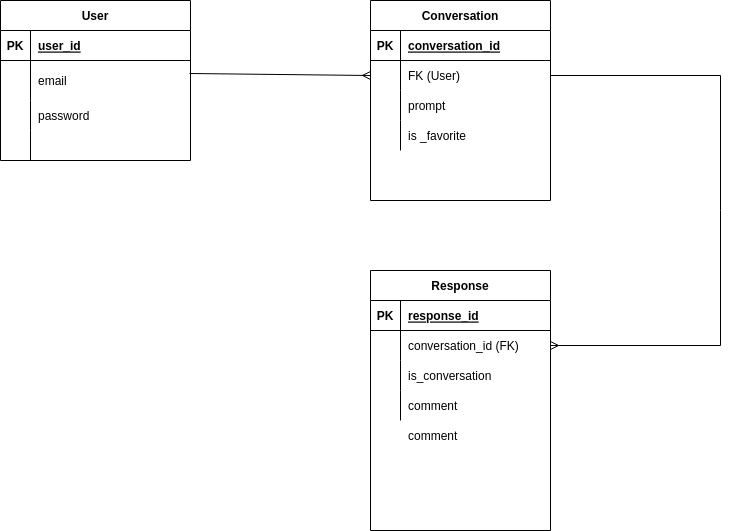
Before: project2-wireframe.png, a diagram exported from draw.io (EGORDYU/project-2). Source tidied: cells renumbered, new cells last; positions are measured from the earlier drawing's top-left corner, leaving out a move shared by most shapes. Its diagram source:
```xml
<mxGraphModel>
  <root>
    <mxCell id="0" />
    <mxCell id="1" parent="0" />
    <mxCell id="2" value="User" style="shape=table;startSize=30;rowLines=0;fontStyle=1;align=center;" parent="1" vertex="1">
      <mxGeometry width="190" height="160" as="geometry" />
    </mxCell>
    <mxCell id="3" style="shape=tableRow;horizontal=0;startSize=0;swimlaneHead=0;swimlaneBody=0;fillColor=none;top=0;left=0;right=0;bottom=1;" parent="2" vertex="1">
      <mxGeometry y="30" width="190" height="30" as="geometry" />
    </mxCell>
    <mxCell id="4" value="PK" style="shape=partialRectangle;fillColor=none;top=0;left=0;bottom=0;right=0;fontStyle=1;overflow=hidden;" parent="3" vertex="1">
      <mxGeometry width="30" height="30" as="geometry" />
    </mxCell>
    <mxCell id="5" value="user_id" style="shape=partialRectangle;fillColor=none;top=0;left=0;bottom=0;right=0;align=left;spacingLeft=6;fontStyle=5;overflow=hidden;" parent="3" vertex="1">
      <mxGeometry x="30" width="160" height="30" as="geometry" />
    </mxCell>
    <mxCell id="6" style="shape=tableRow;horizontal=0;startSize=0;swimlaneHead=0;swimlaneBody=0;fillColor=none;points=[[0,0.5],[1,0.5]];portConstraint=eastwest;top=0;left=0;right=0;bottom=0;" parent="2" vertex="1">
      <mxGeometry y="60" width="190" height="40" as="geometry" />
    </mxCell>
    <mxCell id="7" style="shape=partialRectangle;fillColor=none;top=0;left=0;bottom=0;right=0;overflow=hidden;" parent="6" vertex="1">
      <mxGeometry width="30" height="40" as="geometry" />
    </mxCell>
    <mxCell id="8" value="email" style="shape=partialRectangle;fillColor=none;top=0;left=0;bottom=0;right=0;align=left;spacingLeft=6;overflow=hidden;" parent="6" vertex="1">
      <mxGeometry x="30" width="160" height="40" as="geometry" />
    </mxCell>
    <mxCell id="9" style="shape=tableRow;horizontal=0;startSize=0;swimlaneHead=0;swimlaneBody=0;fillColor=none;top=0;left=0;right=0;bottom=0;" parent="2" vertex="1">
      <mxGeometry y="100" width="190" height="30" as="geometry" />
    </mxCell>
    <mxCell id="10" style="shape=partialRectangle;fillColor=none;top=0;left=0;bottom=0;right=0;overflow=hidden;" parent="9" vertex="1">
      <mxGeometry width="30" height="30" as="geometry" />
    </mxCell>
    <mxCell id="11" value="password" style="shape=partialRectangle;fillColor=none;top=0;left=0;bottom=0;right=0;align=left;spacingLeft=6;overflow=hidden;" parent="9" vertex="1">
      <mxGeometry x="30" width="160" height="30" as="geometry" />
    </mxCell>
    <mxCell id="12" style="shape=tableRow;horizontal=0;startSize=0;swimlaneHead=0;swimlaneBody=0;fillColor=none;top=0;left=0;right=0;bottom=0;" parent="2" vertex="1">
      <mxGeometry y="130" width="190" height="30" as="geometry" />
    </mxCell>
    <mxCell id="13" style="shape=partialRectangle;fillColor=none;top=0;left=0;bottom=0;right=0;overflow=hidden;" parent="12" vertex="1">
      <mxGeometry width="30" height="30" as="geometry" />
    </mxCell>
    <mxCell id="14" style="shape=partialRectangle;fillColor=none;top=0;left=0;bottom=0;right=0;align=left;spacingLeft=6;overflow=hidden;" parent="12" vertex="1">
      <mxGeometry x="30" width="160" height="30" as="geometry" />
    </mxCell>
    <mxCell id="15" value="Conversation" style="shape=table;startSize=30;rowLines=0;fontStyle=1;align=center;" parent="1" vertex="1">
      <mxGeometry x="370" width="180" height="200" as="geometry" />
    </mxCell>
    <mxCell id="16" style="shape=tableRow;horizontal=0;startSize=0;swimlaneHead=0;swimlaneBody=0;fillColor=none;top=0;left=0;right=0;bottom=1;" parent="15" vertex="1">
      <mxGeometry y="30" width="180" height="30" as="geometry" />
    </mxCell>
    <mxCell id="17" value="PK" style="shape=partialRectangle;fillColor=none;top=0;left=0;bottom=0;right=0;fontStyle=1;overflow=hidden;" parent="16" vertex="1">
      <mxGeometry width="30" height="30" as="geometry" />
    </mxCell>
    <mxCell id="18" value="conversation_id" style="shape=partialRectangle;fillColor=none;top=0;left=0;bottom=0;right=0;align=left;spacingLeft=6;fontStyle=5;overflow=hidden;" parent="16" vertex="1">
      <mxGeometry x="30" width="150" height="30" as="geometry" />
    </mxCell>
    <mxCell id="19" style="shape=tableRow;horizontal=0;startSize=0;swimlaneHead=0;swimlaneBody=0;fillColor=none;points=[[0,0.5],[1,0.5]];portConstraint=eastwest;top=0;left=0;right=0;bottom=0;" parent="15" vertex="1">
      <mxGeometry y="60" width="180" height="30" as="geometry" />
    </mxCell>
    <mxCell id="20" style="shape=partialRectangle;fillColor=none;top=0;left=0;bottom=0;right=0;overflow=hidden;" parent="19" vertex="1">
      <mxGeometry width="30" height="30" as="geometry" />
    </mxCell>
    <mxCell id="21" value="FK (User)" style="shape=partialRectangle;fillColor=none;top=0;left=0;bottom=0;right=0;align=left;spacingLeft=6;overflow=hidden;" parent="19" vertex="1">
      <mxGeometry x="30" width="150" height="30" as="geometry" />
    </mxCell>
    <mxCell id="22" style="shape=tableRow;horizontal=0;startSize=0;swimlaneHead=0;swimlaneBody=0;fillColor=none;top=0;left=0;right=0;bottom=0;" parent="15" vertex="1">
      <mxGeometry y="90" width="180" height="30" as="geometry" />
    </mxCell>
    <mxCell id="23" style="shape=partialRectangle;fillColor=none;top=0;left=0;bottom=0;right=0;overflow=hidden;" parent="22" vertex="1">
      <mxGeometry width="30" height="30" as="geometry" />
    </mxCell>
    <mxCell id="24" value="prompt" style="shape=partialRectangle;fillColor=none;top=0;left=0;bottom=0;right=0;align=left;spacingLeft=6;overflow=hidden;" parent="22" vertex="1">
      <mxGeometry x="30" width="150" height="30" as="geometry" />
    </mxCell>
    <mxCell id="25" style="shape=tableRow;horizontal=0;startSize=0;swimlaneHead=0;swimlaneBody=0;fillColor=none;top=0;left=0;right=0;bottom=0;" parent="15" vertex="1">
      <mxGeometry y="120" width="180" height="30" as="geometry" />
    </mxCell>
    <mxCell id="26" style="shape=partialRectangle;fillColor=none;top=0;left=0;bottom=0;right=0;overflow=hidden;" parent="25" vertex="1">
      <mxGeometry width="30" height="30" as="geometry" />
    </mxCell>
    <mxCell id="27" value="is _favorite" style="shape=partialRectangle;fillColor=none;top=0;left=0;bottom=0;right=0;align=left;spacingLeft=6;overflow=hidden;" parent="25" vertex="1">
      <mxGeometry x="30" width="150" height="30" as="geometry" />
    </mxCell>
    <mxCell id="28" value="Response" style="shape=table;startSize=30;rowLines=0;fontStyle=1;align=center;" parent="1" vertex="1">
      <mxGeometry x="370" y="270" width="180" height="260" as="geometry" />
    </mxCell>
    <mxCell id="29" style="shape=tableRow;horizontal=0;startSize=0;swimlaneHead=0;swimlaneBody=0;fillColor=none;top=0;left=0;right=0;bottom=1;" parent="28" vertex="1">
      <mxGeometry y="30" width="180" height="30" as="geometry" />
    </mxCell>
    <mxCell id="30" value="PK" style="shape=partialRectangle;fillColor=none;top=0;left=0;bottom=0;right=0;fontStyle=1;overflow=hidden;" parent="29" vertex="1">
      <mxGeometry width="30" height="30" as="geometry" />
    </mxCell>
    <mxCell id="31" value="response_id" style="shape=partialRectangle;fillColor=none;top=0;left=0;bottom=0;right=0;align=left;spacingLeft=6;fontStyle=5;overflow=hidden;" parent="29" vertex="1">
      <mxGeometry x="30" width="150" height="30" as="geometry" />
    </mxCell>
    <mxCell id="32" style="shape=tableRow;horizontal=0;startSize=0;swimlaneHead=0;swimlaneBody=0;fillColor=none;points=[[0,0.5],[1,0.5]];portConstraint=eastwest;top=0;left=0;right=0;bottom=0;" parent="28" vertex="1">
      <mxGeometry y="60" width="180" height="30" as="geometry" />
    </mxCell>
    <mxCell id="33" style="shape=partialRectangle;fillColor=none;top=0;left=0;bottom=0;right=0;overflow=hidden;" parent="32" vertex="1">
      <mxGeometry width="30" height="30" as="geometry" />
    </mxCell>
    <mxCell id="34" value="conversation_id (FK)" style="shape=partialRectangle;fillColor=none;top=0;left=0;bottom=0;right=0;align=left;spacingLeft=6;overflow=hidden;" parent="32" vertex="1">
      <mxGeometry x="30" width="150" height="30" as="geometry" />
    </mxCell>
    <mxCell id="35" style="shape=tableRow;horizontal=0;startSize=0;swimlaneHead=0;swimlaneBody=0;fillColor=none;top=0;left=0;right=0;bottom=0;" parent="28" vertex="1">
      <mxGeometry y="90" width="180" height="30" as="geometry" />
    </mxCell>
    <mxCell id="36" style="shape=partialRectangle;fillColor=none;top=0;left=0;bottom=0;right=0;overflow=hidden;" parent="35" vertex="1">
      <mxGeometry width="30" height="30" as="geometry" />
    </mxCell>
    <mxCell id="37" value="is_conversation" style="shape=partialRectangle;fillColor=none;top=0;left=0;bottom=0;right=0;align=left;spacingLeft=6;overflow=hidden;" parent="35" vertex="1">
      <mxGeometry x="30" width="150" height="30" as="geometry" />
    </mxCell>
    <mxCell id="38" style="shape=tableRow;horizontal=0;startSize=0;swimlaneHead=0;swimlaneBody=0;fillColor=none;top=0;left=0;right=0;bottom=0;" parent="28" vertex="1">
      <mxGeometry y="120" width="180" height="30" as="geometry" />
    </mxCell>
    <mxCell id="39" style="shape=partialRectangle;fillColor=none;top=0;left=0;bottom=0;right=0;overflow=hidden;" parent="38" vertex="1">
      <mxGeometry width="30" height="30" as="geometry" />
    </mxCell>
    <mxCell id="40" value="comment" style="shape=partialRectangle;fillColor=none;top=0;left=0;bottom=0;right=0;align=left;spacingLeft=6;overflow=hidden;" parent="38" vertex="1">
      <mxGeometry x="30" width="150" height="30" as="geometry" />
    </mxCell>
    <mxCell id="41" style="endArrow=ERmany;html=1;rounded=0;exitX=0.995;exitY=0.325;exitDx=0;exitDy=0;entryX=0;entryY=0.5;entryDx=0;entryDy=0;exitPerimeter=0;endFill=0;" parent="1" edge="1" source="6" target="19">
      <mxGeometry relative="1" as="geometry" />
    </mxCell>
    <mxCell id="42" style="endArrow=none;html=1;rounded=0;strokeColor=default;exitX=1;exitY=0.5;exitDx=0;exitDy=0;entryX=1;entryY=0.5;entryDx=0;entryDy=0;endFill=0;startArrow=ERmany;startFill=0;" parent="1" edge="1" source="32" target="19">
      <mxGeometry relative="1" as="geometry">
        <Array as="points">
          <mxPoint x="720" y="345" />
          <mxPoint x="720" y="210" />
          <mxPoint x="720" y="75" />
        </Array>
      </mxGeometry>
    </mxCell>
    <mxCell id="43" value="comment" style="shape=partialRectangle;fillColor=none;top=0;left=0;bottom=0;right=0;align=left;spacingLeft=6;overflow=hidden;" parent="1" vertex="1">
      <mxGeometry x="400" y="420" width="150" height="30" as="geometry" />
    </mxCell>
  </root>
</mxGraphModel>
```
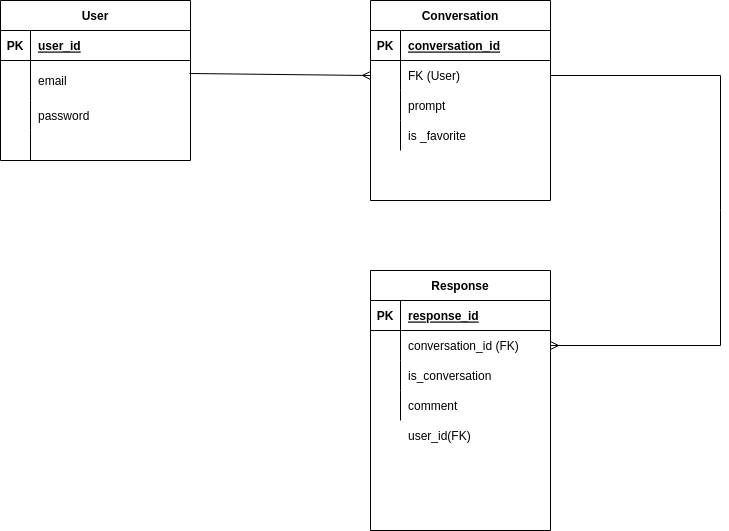
Above is the later version.

The edit, as a diff of the source:
```diff
@@ -131,7 +131,7 @@
         </Array>
       </mxGeometry>
     </mxCell>
-    <mxCell id="43" value="comment" style="shape=partialRectangle;fillColor=none;top=0;left=0;bottom=0;right=0;align=left;spacingLeft=6;overflow=hidden;" parent="1" vertex="1">
+    <mxCell id="43" value="user_id(FK)" style="shape=partialRectangle;fillColor=none;top=0;left=0;bottom=0;right=0;align=left;spacingLeft=6;overflow=hidden;" parent="1" vertex="1">
       <mxGeometry x="400" y="420" width="150" height="30" as="geometry" />
     </mxCell>
   </root>
```
